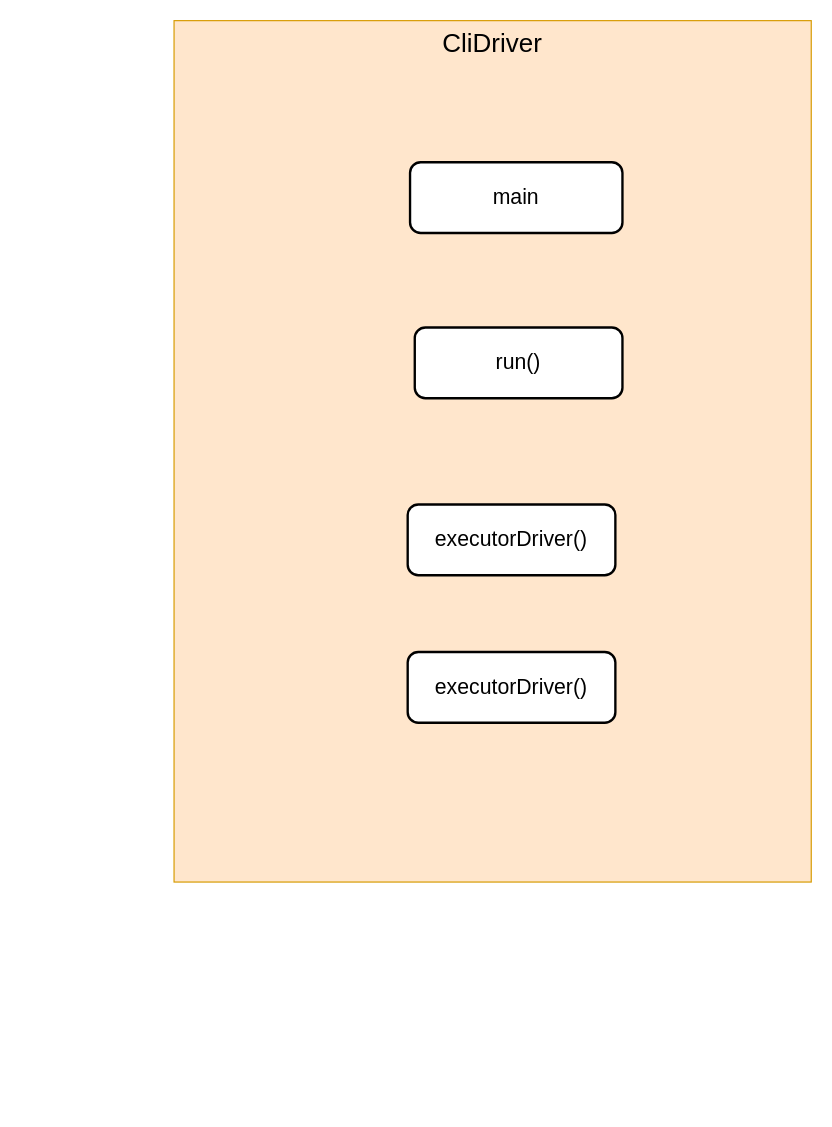
Before: Hive.drawio in starzy1990/diagrams, a draw.io diagram. Source tidied: cells renumbered, new cells numbered last; positions are measured from the earlier drawing's top-left corner, leaving out a move shared by most shapes. Both pictures are drawn from the tidied source at 118%, with x=0, y=0 at pixel (173, 20).
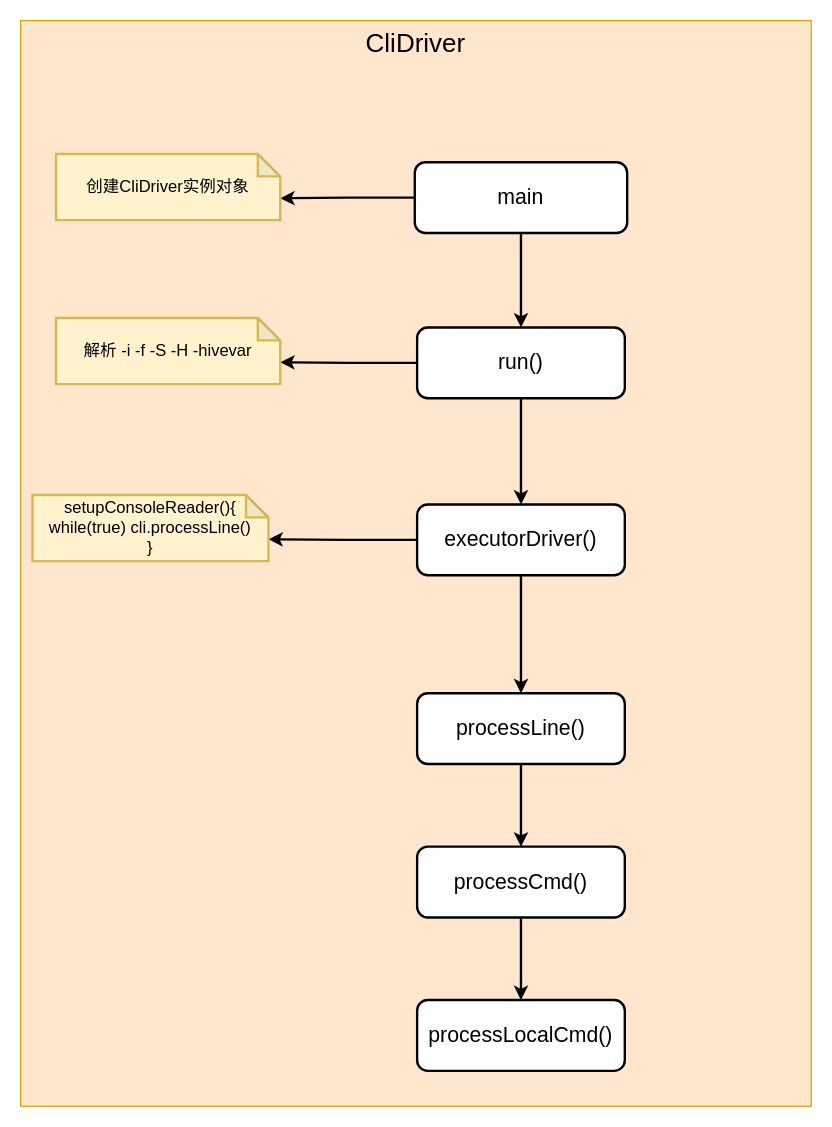
Above is the later version.

The edit, as a diff of the source:
```diff
@@
 <mxGraphModel>
   <root>
     <mxCell id="0" />
     <mxCell id="1" parent="0" />
     <mxCell id="2" value="CliDriver" style="rounded=0;whiteSpace=wrap;html=1;fillColor=#ffe6cc;strokeColor=#d79b00;fontSize=22;verticalAlign=top;" parent="1" vertex="1">
-      <mxGeometry width="540" height="730" as="geometry" />
+      <mxGeometry x="-130" width="670" height="920" as="geometry" />
     </mxCell>
+    <mxCell id="7" style="edgeStyle=orthogonalEdgeStyle;rounded=0;jettySize=auto;html=1;fontSize=18;strokeWidth=2;" parent="1" edge="1" source="3" target="4">
+      <mxGeometry relative="1" as="geometry" />
+    </mxCell>
+    <mxCell id="8" style="edgeStyle=orthogonalEdgeStyle;rounded=0;jettySize=auto;html=1;entryX=0;entryY=0;entryDx=190;entryDy=37.5;entryPerimeter=0;fontSize=14;strokeWidth=2;" parent="1" edge="1" source="3" target="17">
+      <mxGeometry relative="1" as="geometry" />
+    </mxCell>
     <mxCell id="3" value="main" style="rounded=1;whiteSpace=wrap;html=1;fontSize=18;strokeWidth=2;" parent="1" vertex="1">
-      <mxGeometry x="200" y="120" width="180" height="60" as="geometry" />
+      <mxGeometry x="204" y="120" width="180" height="60" as="geometry" />
     </mxCell>
+    <mxCell id="9" style="edgeStyle=orthogonalEdgeStyle;rounded=0;jettySize=auto;html=1;entryX=0.5;entryY=0;entryDx=0;entryDy=0;fontSize=18;strokeWidth=2;" parent="1" edge="1" source="4" target="5">
+      <mxGeometry relative="1" as="geometry" />
+    </mxCell>
+    <mxCell id="10" style="edgeStyle=orthogonalEdgeStyle;rounded=0;jettySize=auto;html=1;entryX=0;entryY=0;entryDx=190;entryDy=37.5;entryPerimeter=0;fontSize=14;strokeWidth=2;" parent="1" edge="1" source="4" target="18">
+      <mxGeometry relative="1" as="geometry" />
+    </mxCell>
     <mxCell id="4" value="run()" style="rounded=1;whiteSpace=wrap;html=1;fontSize=18;strokeWidth=2;" parent="1" vertex="1">
-      <mxGeometry x="204" y="260" width="176" height="60" as="geometry" />
+      <mxGeometry x="206" y="260" width="176" height="60" as="geometry" />
     </mxCell>
+    <mxCell id="11" style="edgeStyle=orthogonalEdgeStyle;rounded=0;jettySize=auto;html=1;fontSize=18;strokeWidth=2;" parent="1" edge="1" source="5" target="6">
+      <mxGeometry relative="1" as="geometry" />
+    </mxCell>
+    <mxCell id="12" style="edgeStyle=orthogonalEdgeStyle;rounded=0;jettySize=auto;html=1;entryX=0;entryY=0;entryDx=200;entryDy=37.5;entryPerimeter=0;fontSize=14;strokeWidth=2;" parent="1" edge="1" source="5" target="19">
+      <mxGeometry relative="1" as="geometry" />
+    </mxCell>
     <mxCell id="5" value="executorDriver()" style="rounded=1;whiteSpace=wrap;html=1;fontSize=18;strokeWidth=2;" parent="1" vertex="1">
-      <mxGeometry x="198" y="410" width="176" height="60" as="geometry" />
+      <mxGeometry x="206" y="410" width="176" height="60" as="geometry" />
     </mxCell>
+    <mxCell id="13" style="edgeStyle=orthogonalEdgeStyle;rounded=0;jettySize=auto;html=1;entryX=0.5;entryY=0;entryDx=0;entryDy=0;fontSize=18;strokeWidth=2;" parent="1" edge="1" source="6" target="15">
+      <mxGeometry relative="1" as="geometry" />
+    </mxCell>
-    <mxCell id="6" value="executorDriver()" style="rounded=1;whiteSpace=wrap;html=1;fontSize=18;strokeWidth=2;" parent="1" vertex="1">
-      <mxGeometry x="198" y="535" width="176" height="60" as="geometry" />
+    <mxCell id="6" value="processLine()" style="rounded=1;whiteSpace=wrap;html=1;fontSize=18;strokeWidth=2;" parent="1" vertex="1">
+      <mxGeometry x="206" y="570" width="176" height="60" as="geometry" />
     </mxCell>
+    <mxCell id="14" style="edgeStyle=orthogonalEdgeStyle;rounded=0;jettySize=auto;html=1;entryX=0.5;entryY=0;entryDx=0;entryDy=0;fontSize=18;strokeWidth=2;" parent="1" edge="1" source="15" target="16">
+      <mxGeometry relative="1" as="geometry" />
+    </mxCell>
+    <mxCell id="15" value="processCmd()" style="rounded=1;whiteSpace=wrap;html=1;fontSize=18;strokeWidth=2;" parent="1" vertex="1">
+      <mxGeometry x="206" y="700" width="176" height="60" as="geometry" />
+    </mxCell>
+    <mxCell id="16" value="processLocalCmd()" style="rounded=1;whiteSpace=wrap;html=1;fontSize=18;strokeWidth=2;" parent="1" vertex="1">
+      <mxGeometry x="206" y="830" width="176" height="60" as="geometry" />
+    </mxCell>
+    <mxCell id="17" value="创建CliDriver实例对象" style="shape=note;whiteSpace=wrap;html=1;backgroundOutline=1;darkOpacity=0.05;fontSize=14;strokeWidth=2;fillColor=#fff2cc;strokeColor=#d6b656;size=19;" parent="1" vertex="1">
+      <mxGeometry x="-100" y="113" width="190" height="56" as="geometry" />
+    </mxCell>
+    <mxCell id="18" value="解析 -i -f -S -H -hivevar" style="shape=note;whiteSpace=wrap;html=1;backgroundOutline=1;darkOpacity=0.05;fontSize=14;strokeWidth=2;fillColor=#fff2cc;strokeColor=#d6b656;size=19;" parent="1" vertex="1">
+      <mxGeometry x="-100" y="252" width="190" height="56" as="geometry" />
+    </mxCell>
+    <mxCell id="19" value="setupConsoleReader(){&lt;br&gt;while(true) cli.processLine()&lt;br&gt;}" style="shape=note;whiteSpace=wrap;html=1;backgroundOutline=1;darkOpacity=0.05;fontSize=14;strokeWidth=2;fillColor=#fff2cc;strokeColor=#d6b656;size=19;" parent="1" vertex="1">
+      <mxGeometry x="-120" y="402" width="200" height="56" as="geometry" />
+    </mxCell>
   </root>
 </mxGraphModel>
```
